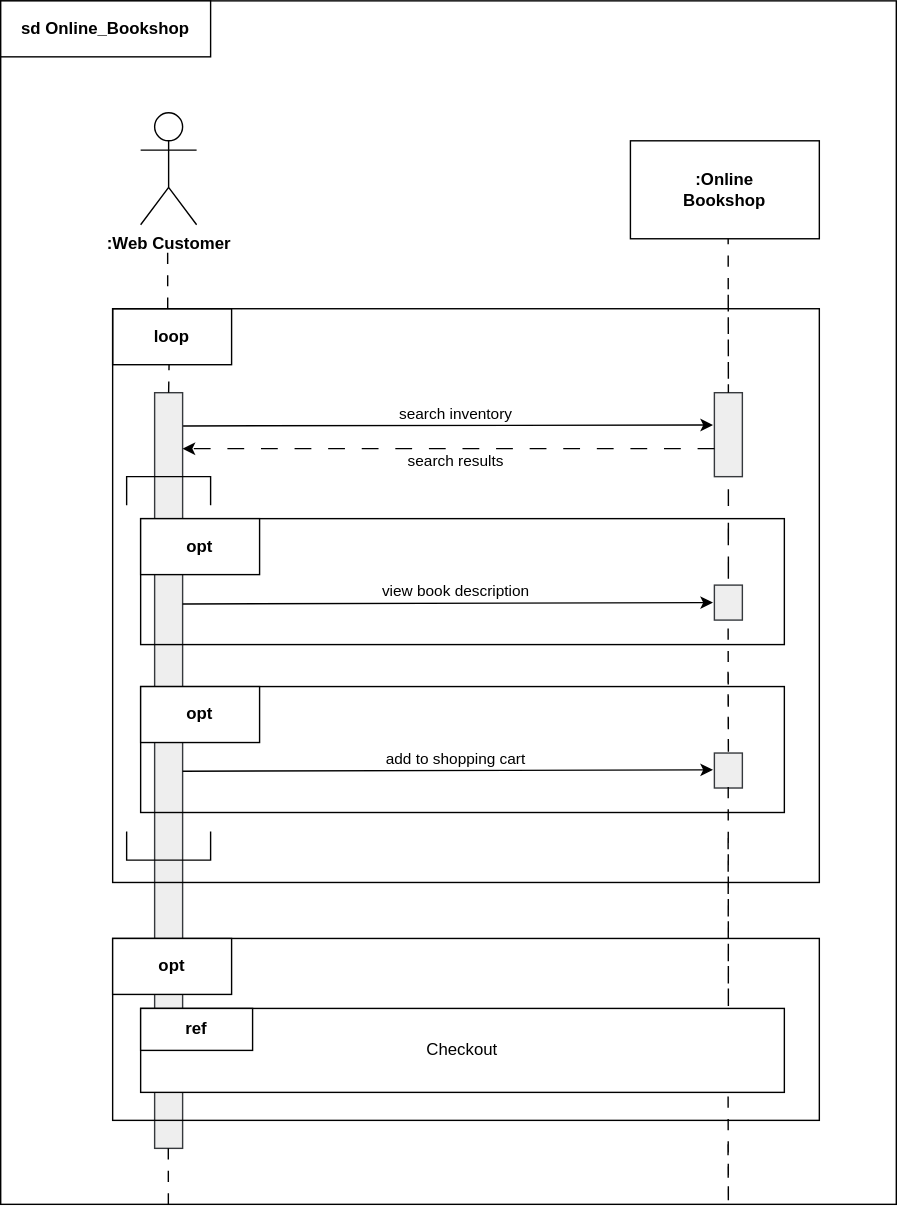
Earlier version of the draw.io export SequenceDiagram.drawio.svg (minh071289/AI_system). Source tidied: cells renumbered, new cells last; positions are measured from the earlier drawing's top-left corner, leaving out a move shared by most shapes.
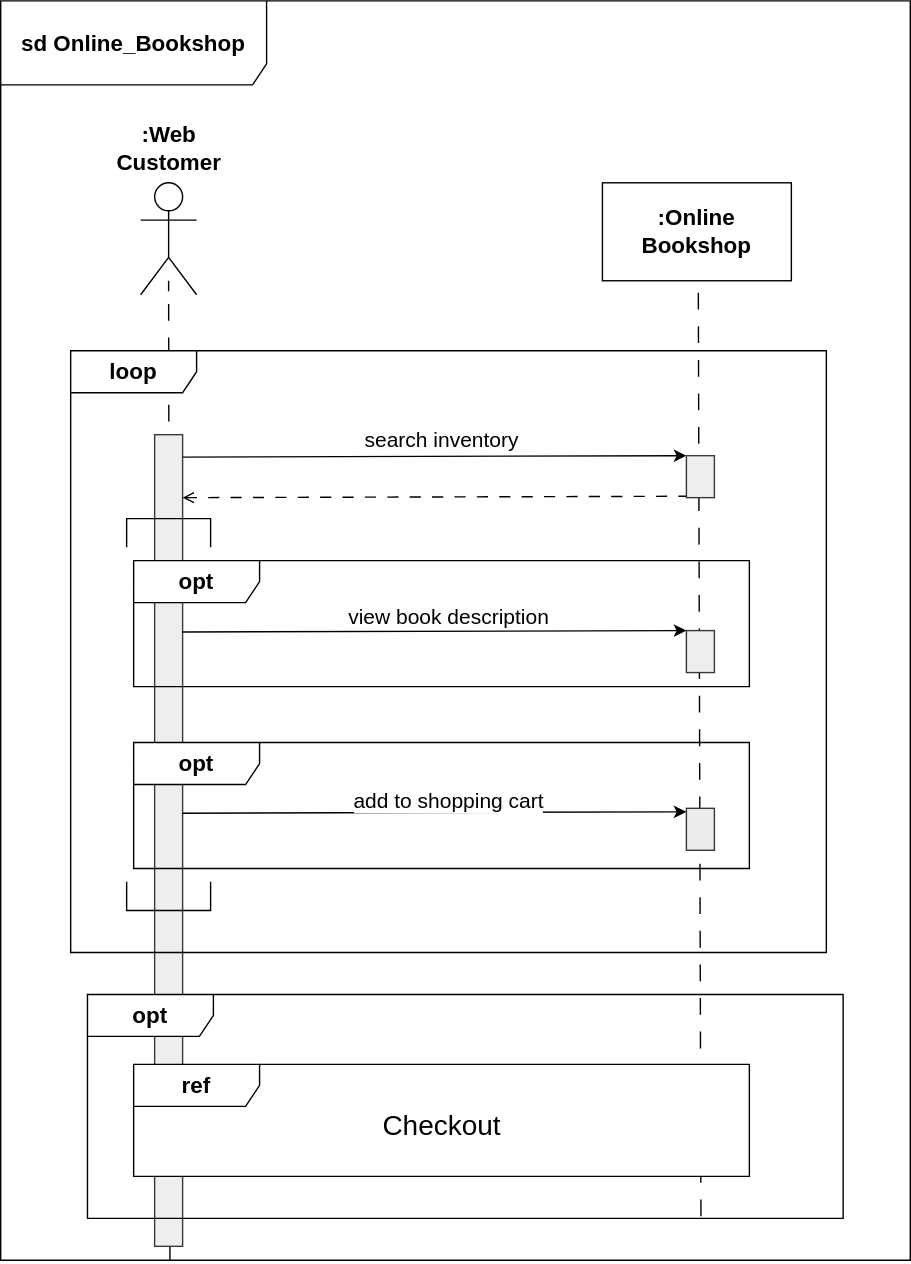
After the change.

The edit, as a diff of the source:
```diff
@@ -2,170 +2,106 @@
   <root>
     <mxCell id="0" />
     <mxCell id="1" value="Untitled Layer" parent="0" />
+    <mxCell id="39" style="endArrow=none;html=1;rounded=0;exitX=0.81;exitY=0.991;exitDx=0;exitDy=0;exitPerimeter=0;dashed=1;dashPattern=12 12;" parent="1" edge="1" target="5">
+      <mxGeometry relative="1" as="geometry">
+        <mxPoint x="121" y="1840.6" as="sourcePoint" />
+        <Array as="points">
+          <mxPoint x="120" y="1140" />
+        </Array>
+      </mxGeometry>
+    </mxCell>
+    <mxCell id="40" style="endArrow=none;html=1;rounded=0;entryX=0.5;entryY=1;entryDx=0;entryDy=0;exitX=0.81;exitY=0.991;exitDx=0;exitDy=0;exitPerimeter=0;dashed=1;dashPattern=12 12;" parent="1" edge="1">
+      <mxGeometry relative="1" as="geometry">
+        <mxPoint x="500.4" y="1808.6" as="sourcePoint" />
+        <mxPoint x="498.5" y="1140" as="targetPoint" />
+      </mxGeometry>
+    </mxCell>
+    <mxCell id="4" value="&lt;b&gt;&lt;font style=&quot;font-size: 16px;&quot;&gt;sd Online_Bookshop&lt;/font&gt;&lt;/b&gt;" style="shape=umlFrame;whiteSpace=wrap;html=1;width=190;height=60;" parent="1" vertex="1">
+      <mxGeometry y="940" width="650" height="900" as="geometry" />
+    </mxCell>
+    <mxCell id="41" style="rounded=0;whiteSpace=wrap;html=1;fillColor=#eeeeee;strokeColor=#36393d;" parent="1" vertex="1">
+      <mxGeometry x="110" y="1250" width="20" height="580" as="geometry" />
+    </mxCell>
+    <mxCell id="42" value="&lt;b&gt;&lt;font style=&quot;font-size: 16px;&quot;&gt;opt&lt;/font&gt;&lt;/b&gt;" style="shape=umlFrame;whiteSpace=wrap;html=1;width=90;height=30;" parent="1" vertex="1">
+      <mxGeometry x="95" y="1340" width="440" height="90" as="geometry" />
+    </mxCell>
+    <mxCell id="43" style="endArrow=classic;html=1;rounded=0;entryX=0;entryY=0;entryDx=0;entryDy=0;endFill=1;" parent="1" edge="1" target="47">
+      <mxGeometry relative="1" as="geometry">
+        <mxPoint x="130" y="1266" as="sourcePoint" />
+      </mxGeometry>
+    </mxCell>
+    <mxCell id="44" style="endArrow=none;html=1;rounded=0;entryX=0;entryY=0;entryDx=0;entryDy=0;startArrow=open;startFill=0;dashed=1;dashPattern=8 8;" parent="1" edge="1">
+      <mxGeometry relative="1" as="geometry">
+        <mxPoint x="130" y="1295" as="sourcePoint" />
+        <mxPoint x="490" y="1294" as="targetPoint" />
+      </mxGeometry>
+    </mxCell>
+    <mxCell id="10" value="&lt;font style=&quot;font-size: 15px;&quot;&gt;search inventory&lt;/font&gt;" style="edgeLabel;html=1;align=center;verticalAlign=middle;" parent="1" vertex="1">
+      <mxGeometry x="332" y="1317" as="geometry">
+        <mxPoint x="-18" y="-65" as="offset" />
+      </mxGeometry>
+    </mxCell>
+    <mxCell id="45" style="rounded=0;whiteSpace=wrap;html=1;fillColor=#eeeeee;strokeColor=#36393d;fillStyle=auto;" parent="1" vertex="1">
+      <mxGeometry x="490" y="1390" width="20" height="30" as="geometry" />
+    </mxCell>
+    <mxCell id="46" style="endArrow=classic;html=1;rounded=0;entryX=0;entryY=0;entryDx=0;entryDy=0;endFill=1;" parent="1" edge="1">
+      <mxGeometry relative="1" as="geometry">
+        <mxPoint x="130" y="1391" as="sourcePoint" />
+        <mxPoint x="490" y="1390" as="targetPoint" />
+      </mxGeometry>
+    </mxCell>
+    <mxCell id="47" style="rounded=0;whiteSpace=wrap;html=1;fillColor=#eeeeee;strokeColor=#36393d;" parent="1" vertex="1">
+      <mxGeometry x="490" y="1265" width="20" height="30" as="geometry" />
+    </mxCell>
+    <mxCell id="20" value="&lt;font style=&quot;font-size: 15px;&quot;&gt;view book description&lt;/font&gt;" style="edgeLabel;html=1;align=center;verticalAlign=middle;" parent="1" vertex="1">
+      <mxGeometry x="315" y="1380" as="geometry">
+        <mxPoint x="4" y="-1" as="offset" />
+      </mxGeometry>
+    </mxCell>
+    <mxCell id="48" value="&lt;b&gt;&lt;font style=&quot;font-size: 16px;&quot;&gt;opt&lt;/font&gt;&lt;/b&gt;" style="shape=umlFrame;whiteSpace=wrap;html=1;width=90;height=30;" parent="1" vertex="1">
+      <mxGeometry x="95" y="1470" width="440" height="90" as="geometry" />
+    </mxCell>
+    <mxCell id="49" style="rounded=0;whiteSpace=wrap;html=1;fillColor=light-dark(#ededed, #202020);strokeColor=#36393d;" parent="1" vertex="1">
+      <mxGeometry x="490" y="1517" width="20" height="30" as="geometry" />
+    </mxCell>
+    <mxCell id="50" style="endArrow=classic;html=1;rounded=0;entryX=0;entryY=0;entryDx=0;entryDy=0;endFill=1;" parent="1" edge="1">
+      <mxGeometry relative="1" as="geometry">
+        <mxPoint x="130" y="1520.5" as="sourcePoint" />
+        <mxPoint x="490" y="1519.5" as="targetPoint" />
+      </mxGeometry>
+    </mxCell>
+    <mxCell id="24" value="&lt;font style=&quot;font-size: 15px;&quot;&gt;add to shopping cart&lt;/font&gt;" style="edgeLabel;html=1;align=center;verticalAlign=middle;" parent="1" vertex="1">
+      <mxGeometry x="315" y="1511" as="geometry">
+        <mxPoint x="4" y="-1" as="offset" />
+      </mxGeometry>
+    </mxCell>
+    <mxCell id="51" style="shape=partialRectangle;whiteSpace=wrap;html=1;bottom=1;right=1;left=1;top=0;fillColor=none;routingCenterX=-0.5;rotation=0;" parent="1" vertex="1">
+      <mxGeometry x="90" y="1570" width="60" height="20" as="geometry" />
+    </mxCell>
+    <mxCell id="52" value="&lt;b&gt;&lt;font style=&quot;font-size: 16px;&quot;&gt;opt&lt;/font&gt;&lt;/b&gt;" style="shape=umlFrame;whiteSpace=wrap;html=1;width=90;height=30;" parent="1" vertex="1">
+      <mxGeometry x="62" y="1650" width="540" height="160" as="geometry" />
+    </mxCell>
+    <mxCell id="27" value="&lt;b&gt;&lt;font style=&quot;font-size: 16px;&quot;&gt;ref&lt;/font&gt;&lt;/b&gt;" style="shape=umlFrame;whiteSpace=wrap;html=1;width=90;height=30;fillColor=default;swimlaneFillColor=default;" parent="1" vertex="1">
+      <mxGeometry x="95" y="1700" width="440" height="80" as="geometry" />
+    </mxCell>
+    <mxCell id="26" value="Checkout" style="text;html=1;align=center;verticalAlign=middle;strokeColor=none;fillColor=none;fontSize=20;" parent="1" vertex="1">
+      <mxGeometry x="260" y="1723" width="110" height="40" as="geometry" />
+    </mxCell>
+    <mxCell id="7" value="&lt;b&gt;&lt;font style=&quot;font-size: 16px;&quot;&gt;loop&lt;/font&gt;&lt;/b&gt;" style="shape=umlFrame;whiteSpace=wrap;html=1;width=90;height=30;" parent="1" vertex="1">
+      <mxGeometry x="50" y="1190" width="540" height="430" as="geometry" />
+    </mxCell>
+    <mxCell id="53" value="&lt;span style=&quot;font-size: 16px; text-wrap-mode: wrap;&quot;&gt;&lt;b&gt;:Web Customer&lt;/b&gt;&lt;/span&gt;" style="text;html=1;align=center;verticalAlign=middle;strokeColor=none;fillColor=none;" parent="1" vertex="1">
+      <mxGeometry x="50" y="1030" width="140" height="30" as="geometry" />
+    </mxCell>
     <mxCell id="2" parent="0" />
-    <mxCell id="3" style="rounded=0;whiteSpace=wrap;html=1;" parent="2" vertex="1">
-      <mxGeometry width="640" height="860" as="geometry" />
-    </mxCell>
-    <mxCell id="4" value="&lt;b&gt;sd Online_Bookshop&lt;/b&gt;" style="rounded=0;whiteSpace=wrap;html=1;" parent="2" vertex="1">
-      <mxGeometry width="150" height="40" as="geometry" />
-    </mxCell>
-    <mxCell id="5" value="&lt;b&gt;:Web Customer&lt;/b&gt;" style="shape=umlActor;verticalLabelPosition=bottom;verticalAlign=top;html=1;outlineConnect=0;" parent="2" vertex="1">
-      <mxGeometry x="100" y="80" width="40" height="80" as="geometry" />
+    <mxCell id="5" style="shape=umlActor;verticalLabelPosition=bottom;verticalAlign=top;html=1;outlineConnect=0;" parent="2" vertex="1">
+      <mxGeometry x="100" y="1070" width="40" height="80" as="geometry" />
     </mxCell>
-    <mxCell id="6" value="&lt;b&gt;:Online&lt;/b&gt;&lt;div&gt;&lt;b&gt;Bookshop&lt;/b&gt;&lt;/div&gt;" style="rounded=0;whiteSpace=wrap;html=1;" parent="2" vertex="1">
-      <mxGeometry x="450" y="100" width="135" height="70" as="geometry" />
+    <mxCell id="6" value="&lt;b&gt;&lt;font style=&quot;font-size: 16px;&quot;&gt;:Online&lt;/font&gt;&lt;/b&gt;&lt;div&gt;&lt;b&gt;&lt;font style=&quot;font-size: 16px;&quot;&gt;Bookshop&lt;/font&gt;&lt;/b&gt;&lt;/div&gt;" style="rounded=0;whiteSpace=wrap;html=1;" parent="2" vertex="1">
+      <mxGeometry x="430" y="1070" width="135" height="70" as="geometry" />
     </mxCell>
-    <mxCell id="7" value="&lt;b&gt;loop&lt;/b&gt;" style="rounded=0;whiteSpace=wrap;html=1;" parent="2" vertex="1">
-      <mxGeometry x="80" y="220" width="85" height="40" as="geometry" />
-    </mxCell>
-    <mxCell id="8" style="rounded=0;whiteSpace=wrap;html=1;fillColor=#eeeeee;strokeColor=#36393d;" parent="2" vertex="1">
-      <mxGeometry x="510" y="280" width="20" height="60" as="geometry" />
-    </mxCell>
-    <mxCell id="9" style="endArrow=none;html=1;rounded=0;entryX=0.997;entryY=0.044;entryDx=0;entryDy=0;entryPerimeter=0;startArrow=classic;startFill=1;exitX=-0.05;exitY=0.385;exitDx=0;exitDy=0;exitPerimeter=0;" parent="2" edge="1" source="8" target="11">
-      <mxGeometry relative="1" as="geometry" />
-    </mxCell>
-    <mxCell id="10" value="search inventory" style="edgeLabel;html=1;align=center;verticalAlign=middle;" parent="9" vertex="1">
-      <mxGeometry x="-0.03" y="2" relative="1" as="geometry">
-        <mxPoint y="-11" as="offset" />
-      </mxGeometry>
-    </mxCell>
-    <mxCell id="11" style="rounded=0;whiteSpace=wrap;html=1;fillColor=#eeeeee;strokeColor=#36393d;" parent="2" vertex="1">
-      <mxGeometry x="110" y="280" width="20" height="540" as="geometry" />
-    </mxCell>
-    <mxCell id="12" style="endArrow=classic;html=1;rounded=0;entryX=0.997;entryY=0.044;entryDx=0;entryDy=0;entryPerimeter=0;startArrow=none;startFill=0;endFill=1;dashed=1;dashPattern=12 12;" parent="2" edge="1">
-      <mxGeometry relative="1" as="geometry">
-        <mxPoint x="510" y="320" as="sourcePoint" />
-        <mxPoint x="130" y="320" as="targetPoint" />
-      </mxGeometry>
-    </mxCell>
-    <mxCell id="13" value="search results" style="edgeLabel;html=1;align=center;verticalAlign=middle;" parent="12" vertex="1">
-      <mxGeometry x="-0.02" y="1" relative="1" as="geometry">
-        <mxPoint y="7" as="offset" />
-      </mxGeometry>
-    </mxCell>
-    <mxCell id="14" style="rounded=0;whiteSpace=wrap;html=1;fillColor=none;" parent="2" vertex="1">
-      <mxGeometry x="100" y="490" width="460" height="90" as="geometry" />
-    </mxCell>
-    <mxCell id="15" style="rounded=0;whiteSpace=wrap;html=1;fillColor=none;" parent="2" vertex="1">
-      <mxGeometry x="100" y="370" width="460" height="90" as="geometry" />
-    </mxCell>
-    <mxCell id="16" style="rounded=0;whiteSpace=wrap;html=1;fillColor=none;" parent="2" vertex="1">
-      <mxGeometry x="80" y="670" width="505" height="130" as="geometry" />
-    </mxCell>
-    <mxCell id="17" value="&lt;b&gt;opt&lt;/b&gt;" style="rounded=0;whiteSpace=wrap;html=1;" parent="2" vertex="1">
-      <mxGeometry x="100" y="370" width="85" height="40" as="geometry" />
-    </mxCell>
-    <mxCell id="18" style="rounded=0;whiteSpace=wrap;html=1;fillColor=#eeeeee;strokeColor=#36393d;" parent="2" vertex="1">
-      <mxGeometry x="510" y="417.5" width="20" height="25" as="geometry" />
-    </mxCell>
-    <mxCell id="19" style="endArrow=none;html=1;rounded=0;entryX=0.997;entryY=0.044;entryDx=0;entryDy=0;entryPerimeter=0;startArrow=classic;startFill=1;exitX=-0.05;exitY=0.385;exitDx=0;exitDy=0;exitPerimeter=0;" parent="2" edge="1">
-      <mxGeometry relative="1" as="geometry">
-        <mxPoint x="509" y="430" as="sourcePoint" />
-        <mxPoint x="130" y="431" as="targetPoint" />
-      </mxGeometry>
-    </mxCell>
-    <mxCell id="20" value="view book description" style="edgeLabel;html=1;align=center;verticalAlign=middle;" parent="19" vertex="1">
-      <mxGeometry x="-0.03" y="2" relative="1" as="geometry">
-        <mxPoint y="-11" as="offset" />
-      </mxGeometry>
-    </mxCell>
-    <mxCell id="21" value="&lt;b&gt;opt&lt;/b&gt;" style="rounded=0;whiteSpace=wrap;html=1;" parent="2" vertex="1">
-      <mxGeometry x="100" y="490" width="85" height="40" as="geometry" />
-    </mxCell>
-    <mxCell id="22" style="rounded=0;whiteSpace=wrap;html=1;fillColor=#eeeeee;strokeColor=#36393d;" parent="2" vertex="1">
-      <mxGeometry x="510" y="537.5" width="20" height="25" as="geometry" />
-    </mxCell>
-    <mxCell id="23" style="endArrow=none;html=1;rounded=0;entryX=0.997;entryY=0.044;entryDx=0;entryDy=0;entryPerimeter=0;startArrow=classic;startFill=1;exitX=-0.05;exitY=0.385;exitDx=0;exitDy=0;exitPerimeter=0;" parent="2" edge="1">
-      <mxGeometry relative="1" as="geometry">
-        <mxPoint x="509" y="549.5" as="sourcePoint" />
-        <mxPoint x="130" y="550.5" as="targetPoint" />
-      </mxGeometry>
-    </mxCell>
-    <mxCell id="24" value="add to shopping cart" style="edgeLabel;html=1;align=center;verticalAlign=middle;" parent="23" vertex="1">
-      <mxGeometry x="-0.03" y="2" relative="1" as="geometry">
-        <mxPoint y="-11" as="offset" />
-      </mxGeometry>
-    </mxCell>
-    <mxCell id="25" value="&lt;b&gt;opt&lt;/b&gt;" style="rounded=0;whiteSpace=wrap;html=1;" parent="2" vertex="1">
-      <mxGeometry x="80" y="670" width="85" height="40" as="geometry" />
-    </mxCell>
-    <mxCell id="26" value="Checkout" style="rounded=0;whiteSpace=wrap;html=1;fillColor=default;" parent="2" vertex="1">
-      <mxGeometry x="100" y="720" width="460" height="60" as="geometry" />
-    </mxCell>
-    <mxCell id="27" value="&lt;b&gt;ref&lt;/b&gt;" style="rounded=0;whiteSpace=wrap;html=1;" parent="2" vertex="1">
-      <mxGeometry x="100" y="720" width="80" height="30" as="geometry" />
-    </mxCell>
-    <mxCell id="28" style="rounded=0;whiteSpace=wrap;html=1;fillColor=none;" parent="2" vertex="1">
-      <mxGeometry x="80" y="220" width="505" height="410" as="geometry" />
-    </mxCell>
     <mxCell id="29" style="shape=partialRectangle;whiteSpace=wrap;html=1;bottom=1;right=1;left=1;top=0;fillColor=none;routingCenterX=-0.5;rotation=-180;" parent="2" vertex="1">
-      <mxGeometry x="90" y="340" width="60" height="20" as="geometry" />
+      <mxGeometry x="90" y="1310" width="60" height="20" as="geometry" />
     </mxCell>
-    <mxCell id="30" style="shape=partialRectangle;whiteSpace=wrap;html=1;bottom=1;right=1;left=1;top=0;fillColor=none;routingCenterX=-0.5;rotation=0;" parent="2" vertex="1">
-      <mxGeometry x="90" y="594" width="60" height="20" as="geometry" />
-    </mxCell>
-    <mxCell id="31" style="endArrow=none;html=1;rounded=0;exitX=0.07;exitY=0;exitDx=0;exitDy=0;exitPerimeter=0;dashed=1;dashPattern=8 8;" parent="2" edge="1">
-      <mxGeometry relative="1" as="geometry">
-        <mxPoint x="119.4" y="220" as="sourcePoint" />
-        <mxPoint x="119.3" y="180" as="targetPoint" />
-      </mxGeometry>
-    </mxCell>
-    <mxCell id="32" style="endArrow=none;html=1;rounded=0;dashed=1;dashPattern=8 8;" parent="2" edge="1">
-      <mxGeometry relative="1" as="geometry">
-        <mxPoint x="120" y="280" as="sourcePoint" />
-        <mxPoint x="120.3" y="260" as="targetPoint" />
-      </mxGeometry>
-    </mxCell>
-    <mxCell id="33" style="endArrow=none;html=1;rounded=0;exitX=0.07;exitY=0;exitDx=0;exitDy=0;exitPerimeter=0;dashed=1;dashPattern=8 8;" parent="2" edge="1">
-      <mxGeometry relative="1" as="geometry">
-        <mxPoint x="119.8" y="860" as="sourcePoint" />
-        <mxPoint x="119.8" y="820" as="targetPoint" />
-      </mxGeometry>
-    </mxCell>
-    <mxCell id="34" style="endArrow=none;html=1;rounded=0;exitX=0.07;exitY=0;exitDx=0;exitDy=0;exitPerimeter=0;dashed=1;dashPattern=8 8;" parent="2" edge="1">
-      <mxGeometry relative="1" as="geometry">
-        <mxPoint x="519.9" y="210" as="sourcePoint" />
-        <mxPoint x="519.9" y="170" as="targetPoint" />
-        <Array as="points">
-          <mxPoint x="520" y="280" />
-        </Array>
-      </mxGeometry>
-    </mxCell>
-    <mxCell id="35" style="endArrow=none;html=1;rounded=0;exitX=0.07;exitY=0;exitDx=0;exitDy=0;exitPerimeter=0;dashed=1;dashPattern=12 12;" parent="2" edge="1">
-      <mxGeometry relative="1" as="geometry">
-        <mxPoint x="519.9" y="377" as="sourcePoint" />
-        <mxPoint x="520" y="340" as="targetPoint" />
-        <Array as="points">
-          <mxPoint x="520" y="417" />
-        </Array>
-      </mxGeometry>
-    </mxCell>
-    <mxCell id="36" style="endArrow=none;html=1;rounded=0;exitX=0.07;exitY=0;exitDx=0;exitDy=0;exitPerimeter=0;dashed=1;dashPattern=8 8;" parent="2" edge="1">
-      <mxGeometry relative="1" as="geometry">
-        <mxPoint x="519.8" y="479.5" as="sourcePoint" />
-        <mxPoint x="519.8" y="442.5" as="targetPoint" />
-        <Array as="points">
-          <mxPoint x="520" y="540" />
-        </Array>
-      </mxGeometry>
-    </mxCell>
-    <mxCell id="37" style="endArrow=none;html=1;rounded=0;exitX=0.07;exitY=0;exitDx=0;exitDy=0;exitPerimeter=0;dashed=1;dashPattern=8 8;" parent="2" edge="1">
-      <mxGeometry relative="1" as="geometry">
-        <mxPoint x="519.8" y="598.2" as="sourcePoint" />
-        <mxPoint x="519.9" y="561.2" as="targetPoint" />
-        <Array as="points">
-          <mxPoint x="520" y="720" />
-        </Array>
-      </mxGeometry>
-    </mxCell>
-    <mxCell id="38" style="endArrow=none;html=1;rounded=0;exitX=0.07;exitY=0;exitDx=0;exitDy=0;exitPerimeter=0;dashed=1;dashPattern=8 8;" parent="2" edge="1">
-      <mxGeometry relative="1" as="geometry">
-        <mxPoint x="519.7" y="817" as="sourcePoint" />
-        <mxPoint x="519.8" y="780" as="targetPoint" />
-        <Array as="points">
-          <mxPoint x="520" y="860" />
-        </Array>
-      </mxGeometry>
-    </mxCell>
   </root>
 </mxGraphModel>
```
